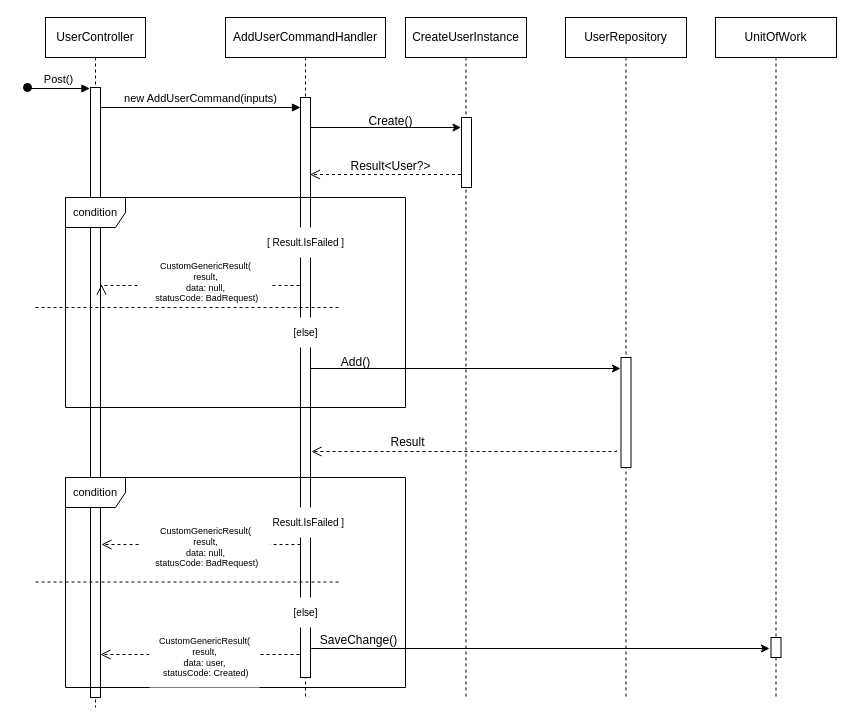
MahdiChoobin-81/CleanArchitecture_ASP keeps this draw.io diagram as Diagrams/sequenceDiagram_user_create.drawio. Above is the earlier version. Source tidied: cells renumbered, new cells numbered last; positions are measured from the earlier drawing's top-left corner, leaving out a move shared by most shapes. Both pictures are drawn from the tidied source at 100%, with x=0, y=0 at pixel (27, 17).
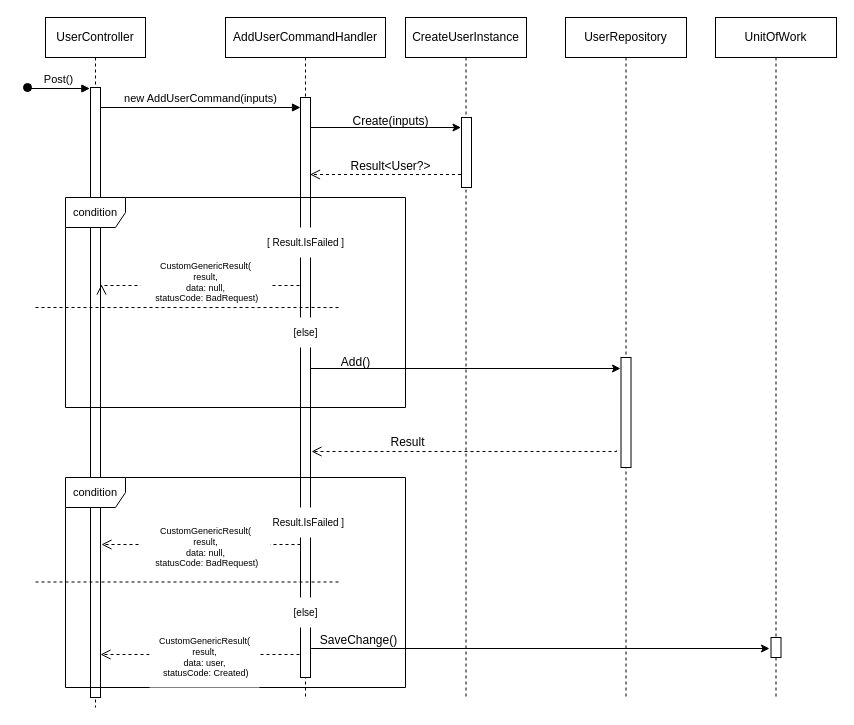
The same page after the edit.

What changed in the source:
```diff
@@
-    <mxCell id="11" value="Create()" style="text;html=1;align=center;verticalAlign=middle;strokeColor=none;fillColor=none;" parent="1" vertex="1">
-      <mxGeometry x="328" y="89" width="70" height="30" as="geometry" />
+    <mxCell id="11" value="Create(inputs)" style="text;html=1;align=center;verticalAlign=middle;strokeColor=none;fillColor=none;" parent="1" vertex="1">
+      <mxGeometry x="313" y="89" width="100" height="30" as="geometry" />
     </mxCell>
```
